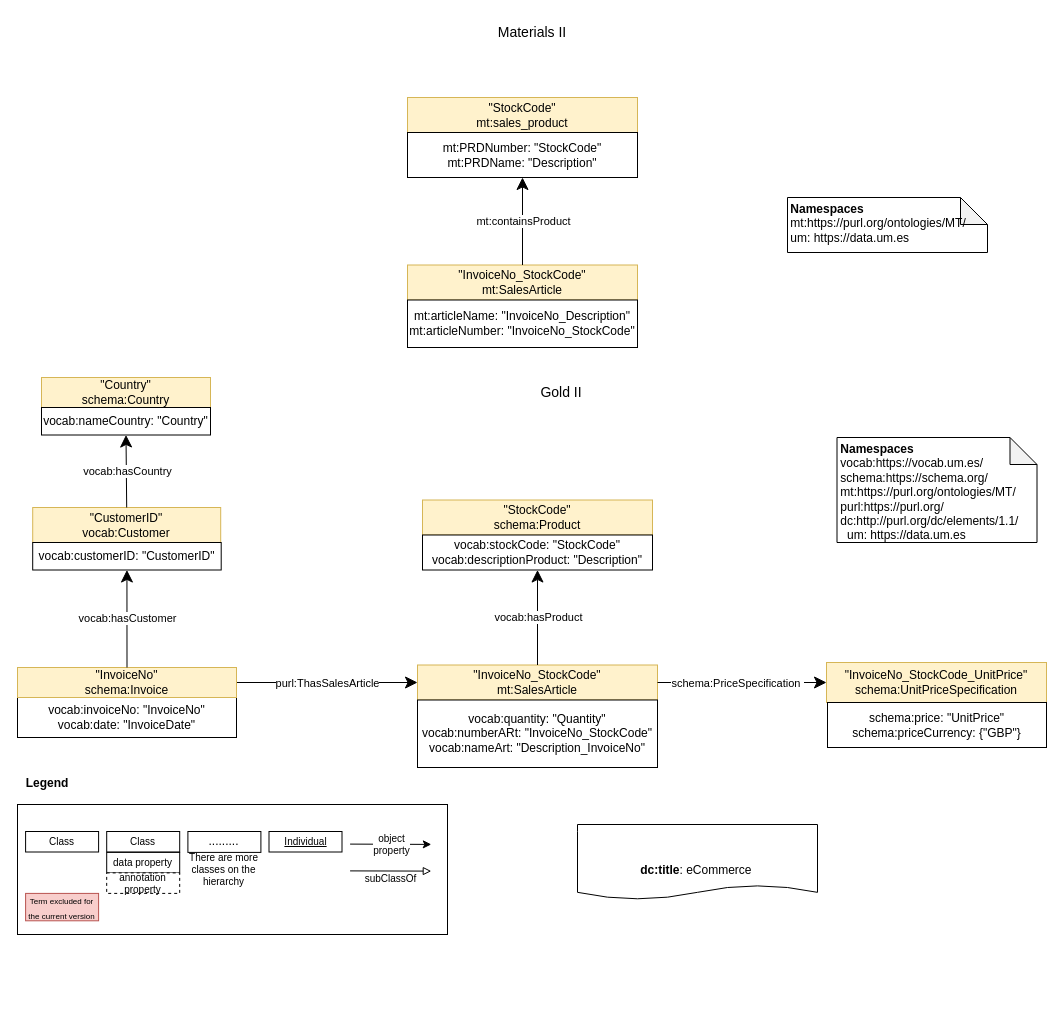
Above: page "Gold-Materials" (5 of 6) of E-CommerceData/Figures/eCommerce.drawio in tecnomod-um/EvaluationGraphAlignmentMethods (draw.io), before the change. Source tidied: cells renumbered, new cells numbered last; positions are measured from the earlier drawing's top-left corner, leaving out a move shared by most shapes. Both pictures are drawn from the tidied source at 100%, with x=0, y=0 at pixel (17, 17).
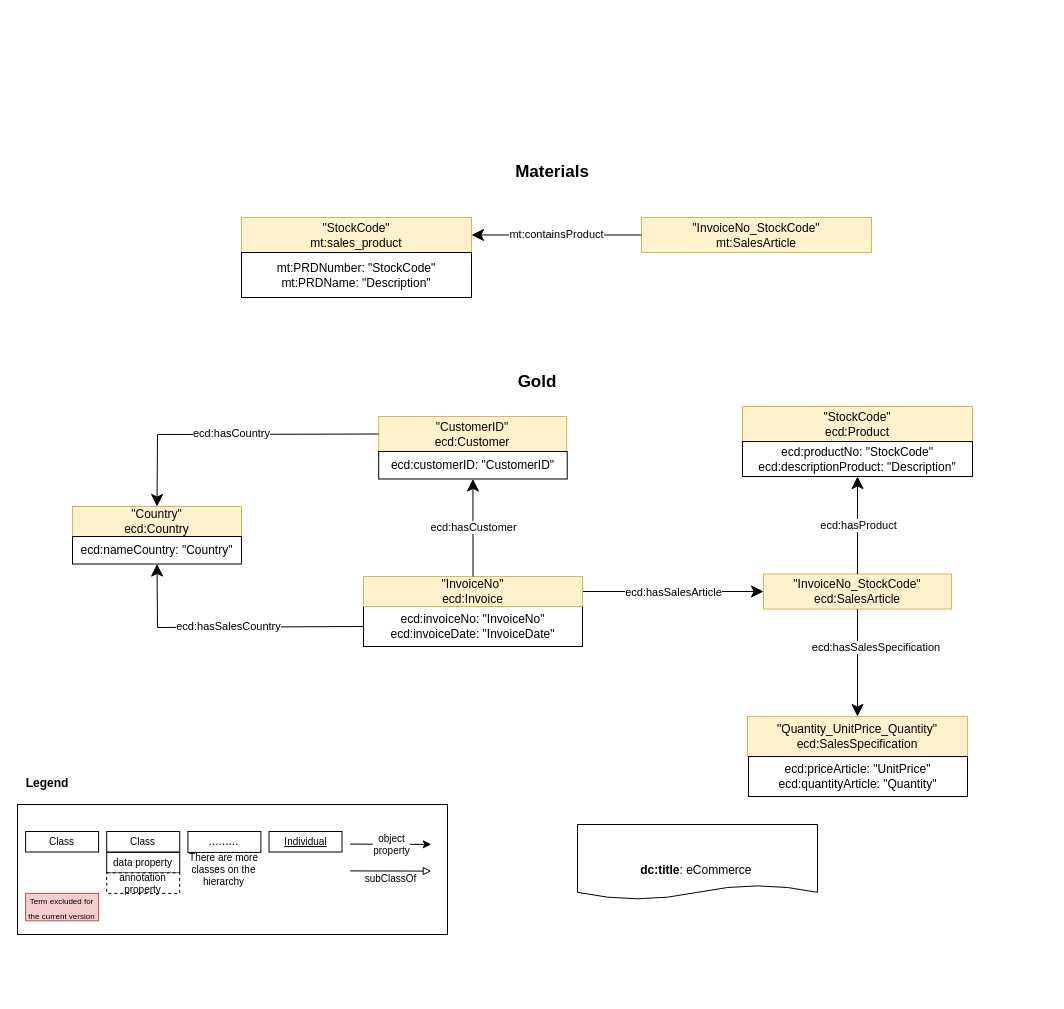
The same page after the edit.

Commit message (it also covers changes not shown here):
Update E-Commerce Data

Diff of the diagram source:
```diff
@@
-    <mxCell id="15" value="&quot;InvoiceNo_StockCode&quot;&lt;br&gt;mt:SalesArticle" style="rounded=0;whiteSpace=wrap;html=1;labelBackgroundColor=none;fillColor=#fff2cc;strokeColor=#d6b656;noLabel=0;" parent="1" vertex="1">
-      <mxGeometry x="400" y="647.5" width="240" height="35" as="geometry" />
-    </mxCell>
-    <mxCell id="16" value="&quot;Country&quot;&lt;br&gt;schema:Country" style="rounded=0;whiteSpace=wrap;html=1;labelBackgroundColor=none;fillColor=#fff2cc;strokeColor=#d6b656;noLabel=0;" parent="1" vertex="1">
-      <mxGeometry x="24" y="360" width="169" height="30" as="geometry" />
-    </mxCell>
-    <mxCell id="17" value="vocab:invoiceNo: &quot;InvoiceNo&quot;&lt;br&gt;vocab:date: &quot;InvoiceDate&quot;" style="rounded=0;whiteSpace=wrap;html=1;" parent="1" vertex="1">
-      <mxGeometry y="680" width="219" height="40" as="geometry" />
-    </mxCell>
-    <mxCell id="18" value="purl:ThasSalesArticle" style="endArrow=classic;html=1;exitX=1;exitY=0.5;exitDx=0;exitDy=0;entryX=0;entryY=0.5;entryDx=0;entryDy=0;rounded=0;endSize=10;" parent="1" edge="1" source="19" target="15">
-      <mxGeometry y="-1" relative="1" as="geometry" />
-    </mxCell>
-    <mxCell id="19" value="&quot;InvoiceNo&quot;&lt;br&gt;schema:Invoice" style="rounded=0;whiteSpace=wrap;html=1;labelBackgroundColor=none;fillColor=#fff2cc;strokeColor=#d6b656;noLabel=0;" parent="1" vertex="1">
-      <mxGeometry y="650" width="219" height="30" as="geometry" />
-    </mxCell>
-    <mxCell id="20" value="&quot;InvoiceNo_StockCode_UnitPrice&quot;&lt;br&gt;schema:UnitPriceSpecification" style="rounded=0;whiteSpace=wrap;html=1;labelBackgroundColor=none;fillColor=#fff2cc;strokeColor=#d6b656;noLabel=0;" parent="1" vertex="1">
-      <mxGeometry x="809" y="645" width="220" height="40" as="geometry" />
-    </mxCell>
-    <mxCell id="21" style="endArrow=classic;html=1;exitX=1;exitY=0.5;exitDx=0;exitDy=0;entryX=0;entryY=0.5;entryDx=0;entryDy=0;rounded=0;endSize=10;startArrow=none;startFill=0;targetPerimeterSpacing=10;" parent="1" edge="1" source="15" target="20">
-      <mxGeometry relative="1" as="geometry" />
-    </mxCell>
-    <mxCell id="22" value="schema:PriceSpecification&amp;nbsp;" style="edgeLabel;html=1;align=center;verticalAlign=middle;" parent="21" vertex="1">
-      <mxGeometry x="-0.29" relative="1" as="geometry">
-        <mxPoint x="19" as="offset" />
-      </mxGeometry>
-    </mxCell>
-    <mxCell id="23" value="schema:price: &quot;UnitPrice&quot;&lt;br&gt;schema:priceCurrency: {&quot;GBP&quot;}" style="rounded=0;whiteSpace=wrap;html=1;" parent="1" vertex="1">
-      <mxGeometry x="810" y="685" width="219" height="45" as="geometry" />
-    </mxCell>
-    <mxCell id="24" value="vocab:quantity: &quot;Quantity&quot;&lt;br&gt;vocab:numberARt: &quot;InvoiceNo_StockCode&quot;&lt;br&gt;vocab:nameArt: &quot;Description_InvoiceNo&quot;" style="rounded=0;whiteSpace=wrap;html=1;" parent="1" vertex="1">
-      <mxGeometry x="400" y="682.5" width="240" height="67.5" as="geometry" />
-    </mxCell>
-    <mxCell id="25" value="&quot;StockCode&quot;&lt;br&gt;schema:Product" style="rounded=0;whiteSpace=wrap;html=1;labelBackgroundColor=none;fillColor=#fff2cc;strokeColor=#d6b656;noLabel=0;" parent="1" vertex="1">
-      <mxGeometry x="405" y="482.5" width="230" height="35" as="geometry" />
-    </mxCell>
-    <mxCell id="26" value="&quot;CustomerID&quot;&lt;br&gt;vocab:Customer" style="rounded=0;whiteSpace=wrap;html=1;labelBackgroundColor=none;fillColor=#fff2cc;strokeColor=#d6b656;noLabel=0;" parent="1" vertex="1">
-      <mxGeometry x="15.2" y="490" width="188" height="35" as="geometry" />
-    </mxCell>
-    <mxCell id="27" value="vocab:hasCustomer" style="endArrow=classic;html=1;exitX=0.5;exitY=0;exitDx=0;exitDy=0;entryX=0.5;entryY=1;entryDx=0;entryDy=0;rounded=0;endSize=10;startArrow=none;startFill=0;startSize=7;" parent="1" edge="1" source="19" target="32">
-      <mxGeometry y="-1" relative="1" as="geometry" />
-    </mxCell>
-    <mxCell id="28" value="vocab:hasCountry" style="endArrow=classic;html=1;exitX=0.5;exitY=0;exitDx=0;exitDy=0;entryX=0.5;entryY=1;entryDx=0;entryDy=0;rounded=0;endSize=10;startArrow=none;startFill=0;startSize=7;" parent="1" edge="1" source="26" target="31">
-      <mxGeometry y="-1" relative="1" as="geometry" />
-    </mxCell>
-    <mxCell id="29" value="vocab:stockCode: &quot;StockCode&quot;&lt;br&gt;vocab:descriptionProduct: &quot;Description&quot;" style="rounded=0;whiteSpace=wrap;html=1;" parent="1" vertex="1">
-      <mxGeometry x="405" y="517.5" width="230" height="35" as="geometry" />
-    </mxCell>
-    <mxCell id="30" value="vocab:hasProduct" style="endArrow=classic;html=1;exitX=0.5;exitY=0;exitDx=0;exitDy=0;entryX=0.5;entryY=1;entryDx=0;entryDy=0;rounded=0;endSize=10;startArrow=none;startFill=0;startSize=7;" parent="1" edge="1" source="15" target="29">
-      <mxGeometry y="-1" relative="1" as="geometry" />
-    </mxCell>
-    <mxCell id="31" value="vocab:nameCountry: &quot;Country&quot;" style="rounded=0;whiteSpace=wrap;html=1;" parent="1" vertex="1">
-      <mxGeometry x="24" y="390" width="169" height="27.5" as="geometry" />
-    </mxCell>
-    <mxCell id="32" value="vocab:customerID: &quot;CustomerID&quot;" style="rounded=0;whiteSpace=wrap;html=1;" parent="1" vertex="1">
-      <mxGeometry x="15.2" y="525" width="188.5" height="27.5" as="geometry" />
-    </mxCell>
-    <mxCell id="33" value="Gold II" style="text;html=1;strokeColor=none;fillColor=none;align=center;verticalAlign=middle;whiteSpace=wrap;rounded=0;dashed=1;fontSize=14;" parent="1" vertex="1">
-      <mxGeometry x="484" y="360" width="120" height="30" as="geometry" />
-    </mxCell>
-    <mxCell id="34" value="&lt;b&gt;&amp;nbsp;Namespaces&lt;/b&gt;&lt;br&gt;&amp;nbsp;vocab:https://vocab.um.es/&lt;br&gt;&amp;nbsp;schema:&lt;font face=&quot;helvetica&quot;&gt;https://schema.org/&lt;/font&gt;&lt;br&gt;&amp;nbsp;mt:https://purl.org/ontologies/MT/&lt;br&gt;&amp;nbsp;purl:https://purl.org/&lt;br&gt;&amp;nbsp;dc:http://purl.org/dc/elements/1.1/&amp;nbsp;&lt;br&gt;&amp;nbsp;&amp;nbsp;&amp;nbsp;um: https://data.um.es" style="shape=note;backgroundOutline=1;darkOpacity=0.05;align=left;verticalAlign=top;spacing=0;html=1;size=27;" parent="1" vertex="1">
-      <mxGeometry x="819.5" y="420" width="200" height="105" as="geometry" />
-    </mxCell>
@@
-    <mxCell id="36" value="Materials II" style="text;html=1;strokeColor=none;fillColor=none;align=center;verticalAlign=middle;whiteSpace=wrap;rounded=0;dashed=1;fontSize=14;" parent="1" vertex="1">
-      <mxGeometry x="470" width="90" height="30" as="geometry" />
+    <mxCell id="36" value="Materials" style="text;html=1;strokeColor=none;fillColor=none;align=center;verticalAlign=middle;whiteSpace=wrap;rounded=0;dashed=1;fontSize=17;fontStyle=1;" parent="1" vertex="1">
+      <mxGeometry x="490" y="140" width="90" height="30" as="geometry" />
     </mxCell>
     <mxCell id="37" value="&quot;InvoiceNo_StockCode&quot;&lt;br&gt;mt:SalesArticle" style="rounded=0;whiteSpace=wrap;html=1;labelBackgroundColor=none;fillColor=#fff2cc;strokeColor=#d6b656;noLabel=0;" parent="1" vertex="1">
-      <mxGeometry x="390" y="247.5" width="230" height="35" as="geometry" />
+      <mxGeometry x="624" y="200" width="230" height="35" as="geometry" />
     </mxCell>
-    <mxCell id="38" value="mt:articleName: &quot;InvoiceNo_Description&quot;&lt;br&gt;mt:articleNumber: &quot;InvoiceNo_StockCode&quot;" style="rounded=0;whiteSpace=wrap;html=1;" parent="1" vertex="1">
-      <mxGeometry x="390" y="282.5" width="230" height="47.5" as="geometry" />
-    </mxCell>
     <mxCell id="39" value="&quot;StockCode&quot;&lt;br&gt;mt:sales_product" style="rounded=0;whiteSpace=wrap;html=1;labelBackgroundColor=none;fillColor=#fff2cc;strokeColor=#d6b656;noLabel=0;" parent="1" vertex="1">
-      <mxGeometry x="390" y="80" width="230" height="35" as="geometry" />
+      <mxGeometry x="224" y="200" width="230" height="35" as="geometry" />
     </mxCell>
     <mxCell id="40" value="mt:PRDNumber: &quot;StockCode&quot;&lt;br&gt;mt:PRDName: &quot;Description&quot;" style="rounded=0;whiteSpace=wrap;html=1;" parent="1" vertex="1">
-      <mxGeometry x="390" y="115" width="230" height="45" as="geometry" />
+      <mxGeometry x="224" y="235" width="230" height="45" as="geometry" />
     </mxCell>
-    <mxCell id="41" value="mt:containsProduct" style="endArrow=classic;html=1;exitX=0.5;exitY=0;exitDx=0;exitDy=0;entryX=0.5;entryY=1;entryDx=0;entryDy=0;rounded=0;endSize=10;startArrow=none;startFill=0;startSize=7;" parent="1" edge="1" source="37" target="40">
+    <mxCell id="41" value="mt:containsProduct" style="endArrow=classic;html=1;exitX=0;exitY=0.5;exitDx=0;exitDy=0;entryX=1;entryY=0.5;entryDx=0;entryDy=0;rounded=0;endSize=10;startArrow=none;startFill=0;startSize=7;" parent="1" edge="1" source="37" target="39">
       <mxGeometry y="-1" relative="1" as="geometry" />
     </mxCell>
-    <mxCell id="42" value="&lt;b&gt;&amp;nbsp;Namespaces&lt;/b&gt;&lt;br&gt;&amp;nbsp;mt:https://purl.org/ontologies/MT/&lt;br&gt;&amp;nbsp;um: https://data.um.es" style="shape=note;backgroundOutline=1;darkOpacity=0.05;align=left;verticalAlign=top;spacing=0;html=1;size=27;" parent="1" vertex="1">
-      <mxGeometry x="770" y="180" width="200" height="55" as="geometry" />
-    </mxCell>
+    <mxCell id="43" value="&quot;InvoiceNo_StockCode&quot;&lt;br&gt;ecd:SalesArticle" style="rounded=0;whiteSpace=wrap;html=1;labelBackgroundColor=none;fillColor=#fff2cc;strokeColor=#d6b656;noLabel=0;" parent="1" vertex="1">
+      <mxGeometry x="746" y="556.5" width="188" height="35" as="geometry" />
+    </mxCell>
+    <mxCell id="44" value="&quot;Country&quot;&lt;br&gt;ecd:Country" style="rounded=0;whiteSpace=wrap;html=1;labelBackgroundColor=none;fillColor=#fff2cc;strokeColor=#d6b656;noLabel=0;" parent="1" vertex="1">
+      <mxGeometry x="55" y="489" width="169" height="30" as="geometry" />
+    </mxCell>
+    <mxCell id="45" value="ecd:invoiceNo: &quot;InvoiceNo&quot;&lt;br&gt;ecd:invoiceDate: &quot;InvoiceDate&quot;" style="rounded=0;whiteSpace=wrap;html=1;" parent="1" vertex="1">
+      <mxGeometry x="346" y="589" width="219" height="40" as="geometry" />
+    </mxCell>
+    <mxCell id="46" value="ecd:hasSalesArticle" style="endArrow=classic;html=1;exitX=1;exitY=0.5;exitDx=0;exitDy=0;entryX=0;entryY=0.5;entryDx=0;entryDy=0;rounded=0;endSize=10;" parent="1" edge="1" source="47" target="43">
+      <mxGeometry y="-1" relative="1" as="geometry" />
+    </mxCell>
+    <mxCell id="47" value="&quot;InvoiceNo&quot;&lt;br&gt;ecd:Invoice" style="rounded=0;whiteSpace=wrap;html=1;labelBackgroundColor=none;fillColor=#fff2cc;strokeColor=#d6b656;noLabel=0;" parent="1" vertex="1">
+      <mxGeometry x="346" y="559" width="219" height="30" as="geometry" />
+    </mxCell>
+    <mxCell id="48" value="&quot;Quantity_UnitPrice_Quantity&quot;&lt;br&gt;ecd:SalesSpecification" style="rounded=0;whiteSpace=wrap;html=1;labelBackgroundColor=none;fillColor=#fff2cc;strokeColor=#d6b656;noLabel=0;" parent="1" vertex="1">
+      <mxGeometry x="730" y="699" width="220" height="40" as="geometry" />
+    </mxCell>
+    <mxCell id="49" style="endArrow=classic;html=1;exitX=0.5;exitY=1;exitDx=0;exitDy=0;entryX=0.5;entryY=0;entryDx=0;entryDy=0;rounded=0;endSize=10;startArrow=none;startFill=0;targetPerimeterSpacing=10;" parent="1" edge="1" source="43" target="48">
+      <mxGeometry relative="1" as="geometry" />
+    </mxCell>
+    <mxCell id="50" value="ecd:hasSalesSpecification&amp;nbsp;" style="edgeLabel;html=1;align=center;verticalAlign=middle;" parent="49" vertex="1">
+      <mxGeometry x="-0.29" relative="1" as="geometry">
+        <mxPoint x="19" as="offset" />
+      </mxGeometry>
+    </mxCell>
+    <mxCell id="51" value="ecd:priceArticle: &quot;UnitPrice&quot;&lt;br&gt;ecd:quantityArticle: &quot;Quantity&quot;" style="rounded=0;whiteSpace=wrap;html=1;" parent="1" vertex="1">
+      <mxGeometry x="731" y="739" width="219" height="40" as="geometry" />
+    </mxCell>
+    <mxCell id="52" value="&quot;StockCode&quot;&lt;br&gt;ecd:Product" style="rounded=0;whiteSpace=wrap;html=1;labelBackgroundColor=none;fillColor=#fff2cc;strokeColor=#d6b656;noLabel=0;" parent="1" vertex="1">
+      <mxGeometry x="725" y="389" width="230" height="35" as="geometry" />
+    </mxCell>
+    <mxCell id="53" value="&quot;CustomerID&quot;&lt;br&gt;ecd:Customer" style="rounded=0;whiteSpace=wrap;html=1;labelBackgroundColor=none;fillColor=#fff2cc;strokeColor=#d6b656;noLabel=0;" parent="1" vertex="1">
+      <mxGeometry x="361.2" y="399" width="188" height="35" as="geometry" />
+    </mxCell>
+    <mxCell id="54" value="ecd:hasCustomer" style="endArrow=classic;html=1;exitX=0.5;exitY=0;exitDx=0;exitDy=0;entryX=0.5;entryY=1;entryDx=0;entryDy=0;rounded=0;endSize=10;startArrow=none;startFill=0;startSize=7;" parent="1" edge="1" source="47" target="59">
+      <mxGeometry y="-1" relative="1" as="geometry" />
+    </mxCell>
+    <mxCell id="55" value="ecd:hasCountry" style="endArrow=classic;html=1;exitX=0;exitY=0.5;exitDx=0;exitDy=0;entryX=0.5;entryY=0;entryDx=0;entryDy=0;rounded=0;endSize=10;startArrow=none;startFill=0;startSize=7;" parent="1" edge="1" source="53" target="44">
+      <mxGeometry y="-1" relative="1" as="geometry">
+        <Array as="points">
+          <mxPoint x="140" y="417" />
+        </Array>
+      </mxGeometry>
+    </mxCell>
+    <mxCell id="56" value="ecd:productNo: &quot;StockCode&quot;&lt;br&gt;ecd:descriptionProduct: &quot;Description&quot;" style="rounded=0;whiteSpace=wrap;html=1;" parent="1" vertex="1">
+      <mxGeometry x="725" y="424" width="230" height="35" as="geometry" />
+    </mxCell>
+    <mxCell id="57" value="ecd:hasProduct" style="endArrow=classic;html=1;exitX=0.5;exitY=0;exitDx=0;exitDy=0;entryX=0.5;entryY=1;entryDx=0;entryDy=0;rounded=0;endSize=10;startArrow=none;startFill=0;startSize=7;" parent="1" edge="1" source="43" target="56">
+      <mxGeometry y="-1" relative="1" as="geometry" />
+    </mxCell>
+    <mxCell id="58" value="ecd:nameCountry: &quot;Country&quot;" style="rounded=0;whiteSpace=wrap;html=1;" parent="1" vertex="1">
+      <mxGeometry x="55" y="519" width="169" height="27.5" as="geometry" />
+    </mxCell>
+    <mxCell id="59" value="ecd:customerID: &quot;CustomerID&quot;" style="rounded=0;whiteSpace=wrap;html=1;" parent="1" vertex="1">
+      <mxGeometry x="361.2" y="434" width="188.5" height="27.5" as="geometry" />
+    </mxCell>
+    <mxCell id="60" value="Gold" style="text;html=1;strokeColor=none;fillColor=none;align=center;verticalAlign=middle;whiteSpace=wrap;rounded=0;dashed=1;fontSize=17;fontStyle=1;" parent="1" vertex="1">
+      <mxGeometry x="460" y="350" width="120" height="30" as="geometry" />
+    </mxCell>
+    <mxCell id="61" value="ecd:hasSalesCountry" style="endArrow=classic;html=1;exitX=0;exitY=0.5;exitDx=0;exitDy=0;entryX=0.5;entryY=1;entryDx=0;entryDy=0;rounded=0;endSize=10;startArrow=none;startFill=0;startSize=7;" parent="1" edge="1" source="45" target="58">
+      <mxGeometry y="-1" relative="1" as="geometry">
+        <Array as="points">
+          <mxPoint x="140" y="610" />
+        </Array>
+      </mxGeometry>
+    </mxCell>
```
